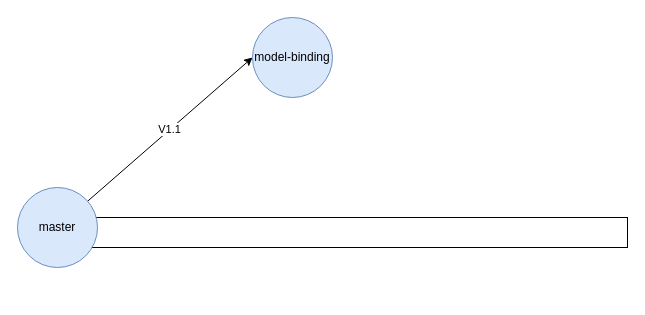
Earlier version of the draw.io diagram PIS.drawio (zcomert/project-information-system). Source tidied: cells renumbered, new cells numbered last; positions are measured from the earlier drawing's top-left corner, leaving out a move shared by most shapes. Both pictures are drawn from the tidied source at 100%, with x=0, y=0 at pixel (17, 17).
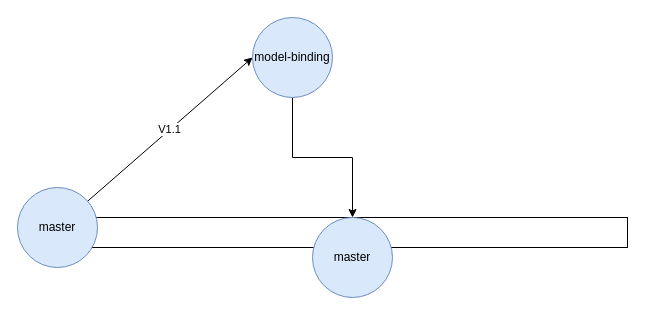
The same diagram, later.

Commit message:
Drawing has been updated.

Change to the diagram source:
```diff
@@
 <mxGraphModel>
   <root>
     <mxCell id="0" />
     <mxCell id="1" parent="0" />
     <mxCell id="2" style="rounded=0;whiteSpace=wrap;html=1;" parent="1" vertex="1">
       <mxGeometry x="60" y="200" width="550" height="30" as="geometry" />
     </mxCell>
     <mxCell id="3" value="V1.1" style="rounded=0;jettySize=auto;html=1;entryX=0;entryY=0.5;entryDx=0;entryDy=0;" parent="1" edge="1" source="4" target="5">
       <mxGeometry relative="1" as="geometry" />
     </mxCell>
     <mxCell id="4" value="master" style="ellipse;whiteSpace=wrap;html=1;fillColor=#dae8fc;strokeColor=#6c8ebf;" parent="1" vertex="1">
       <mxGeometry y="170" width="80" height="80" as="geometry" />
     </mxCell>
+    <mxCell id="6" style="edgeStyle=orthogonalEdgeStyle;rounded=0;jettySize=auto;html=1;" parent="1" edge="1" source="5" target="2">
+      <mxGeometry relative="1" as="geometry" />
+    </mxCell>
     <mxCell id="5" value="model-binding" style="ellipse;whiteSpace=wrap;html=1;fillColor=#dae8fc;strokeColor=#6c8ebf;" parent="1" vertex="1">
       <mxGeometry x="235" width="80" height="80" as="geometry" />
     </mxCell>
+    <mxCell id="7" value="master" style="ellipse;whiteSpace=wrap;html=1;fillColor=#dae8fc;strokeColor=#6c8ebf;" parent="1" vertex="1">
+      <mxGeometry x="295" y="200" width="80" height="80" as="geometry" />
+    </mxCell>
   </root>
 </mxGraphModel>
```
